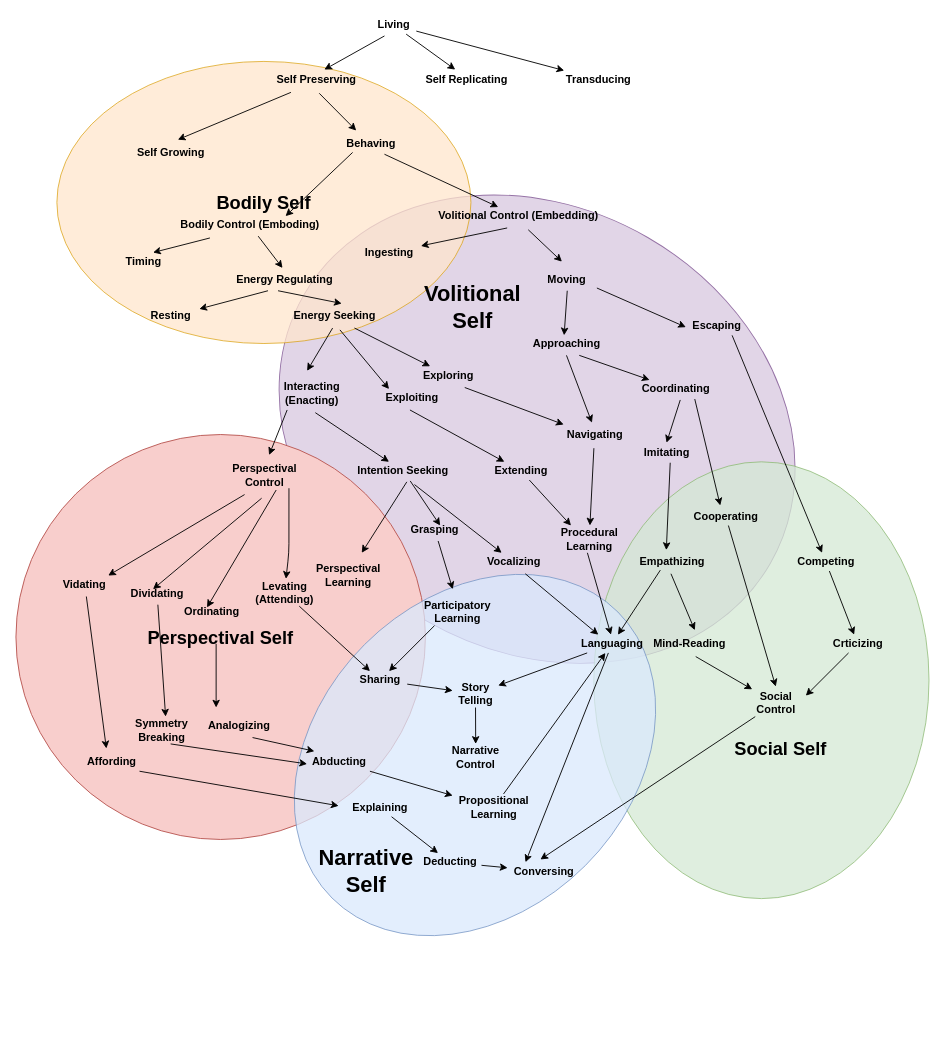
The draw.io diagram self_evolution.drawio in codeaudit/1, before the edit. Source tidied: cells renumbered, new cells numbered last; positions are measured from the earlier drawing's top-left corner, leaving out a move shared by most shapes. Both pictures are drawn from the tidied source at 91%, with x=0, y=0 at pixel (15, 15).
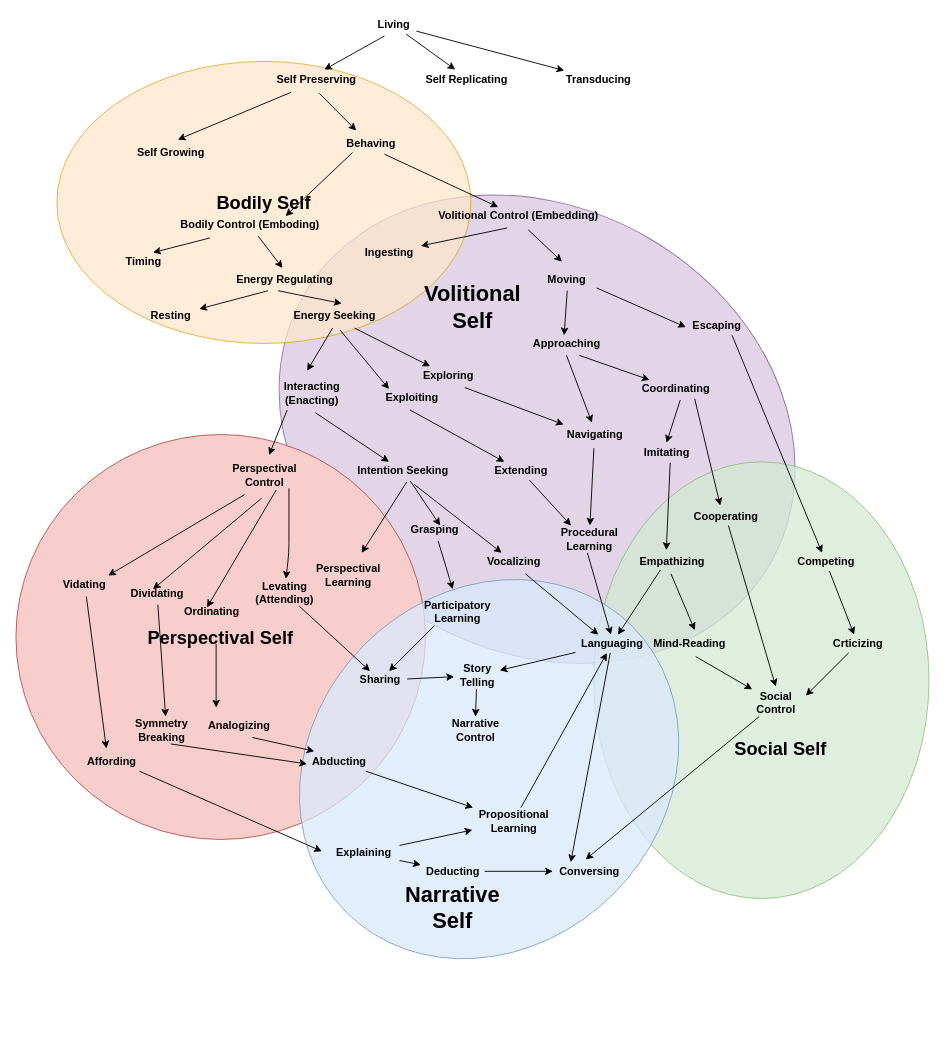
After the change.

What changed in the source:
```diff
@@
     <mxCell id="5" style="ellipse;whiteSpace=wrap;html=1;rotation=45;fillColor=#dae8fc;strokeColor=#6c8ebf;opacity=75;" parent="1" vertex="1">
-      <mxGeometry x="332.8" y="590" width="343.3" height="444.4" as="geometry" />
+      <mxGeometry x="326.4" y="605.5" width="387.2" height="444.4" as="geometry" />
     </mxCell>
@@
     <mxCell id="33" value="Propositional&lt;br&gt;Learning" style="text;html=1;align=center;verticalAlign=middle;points=[];fontStyle=1;" parent="1" vertex="1">
-      <mxGeometry x="480" y="855" width="90" height="30" as="geometry" />
+      <mxGeometry x="501.6" y="870" width="90" height="30" as="geometry" />
     </mxCell>
@@
     <mxCell id="77" value="Conversing" style="text;html=1;align=center;verticalAlign=middle;points=[];fontStyle=1;" parent="1" vertex="1">
-      <mxGeometry x="540.3" y="930" width="80" height="20" as="geometry" />
+      <mxGeometry x="590" y="930" width="80" height="20" as="geometry" />
     </mxCell>
@@
     <mxCell id="93" value="Explaining" style="text;html=1;align=center;verticalAlign=middle;points=[];fontStyle=1;" parent="1" vertex="1">
-      <mxGeometry x="360" y="860" width="80" height="20" as="geometry" />
+      <mxGeometry x="341.6" y="910" width="80" height="20" as="geometry" />
     </mxCell>
@@
     <mxCell id="98" value="&lt;b&gt;Deducting&lt;br&gt;&lt;/b&gt;" style="text;html=1;align=center;verticalAlign=middle;points=[];" parent="1" vertex="1">
-      <mxGeometry x="441.6" y="920" width="70" height="20" as="geometry" />
+      <mxGeometry x="445" y="930" width="70" height="20" as="geometry" />
     </mxCell>
@@
     <mxCell id="101" value="&lt;b&gt;&lt;font style=&quot;font-size: 24px&quot;&gt;Narrative Self&lt;/font&gt;&lt;/b&gt;" style="text;html=1;strokeColor=none;fillColor=none;align=center;verticalAlign=middle;whiteSpace=wrap;rounded=0;opacity=75;" parent="1" vertex="1">
-      <mxGeometry x="365" y="930" width="40" height="20" as="geometry" />
+      <mxGeometry x="460" y="970" width="40" height="20" as="geometry" />
     </mxCell>
@@
     <mxCell id="103" value="Story&lt;br&gt;Telling" style="text;html=1;align=center;verticalAlign=middle;points=[];fontStyle=1;" parent="1" vertex="1">
-      <mxGeometry x="480" y="730" width="50" height="30" as="geometry" />
+      <mxGeometry x="481.6" y="710" width="50" height="30" as="geometry" />
     </mxCell>
@@
     <mxCell id="106" value="Narrative&lt;br&gt;Control" style="text;html=1;align=center;verticalAlign=middle;points=[];fontStyle=1;" parent="1" vertex="1">
-      <mxGeometry x="470.3" y="800" width="70" height="30" as="geometry" />
+      <mxGeometry x="469.5" y="770" width="70" height="30" as="geometry" />
     </mxCell>
@@
+    <mxCell id="125" style="endArrow=classic;html=1;" parent="1" edge="1" source="93" target="33">
+      <mxGeometry relative="1" as="geometry" />
+    </mxCell>
```
